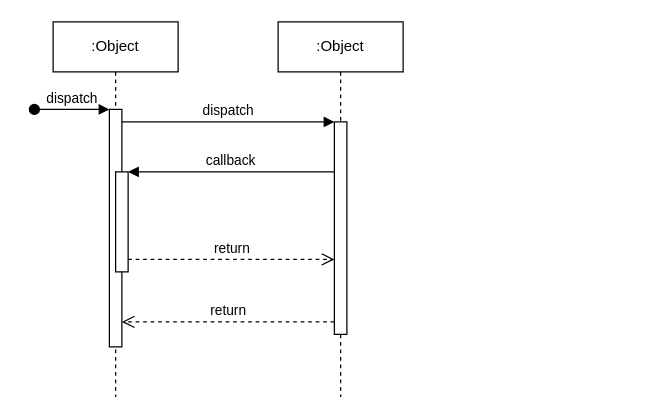
Above: ass2/未命名绘图.drawio in demosRun/INFO6030 (draw.io), before the change. Source tidied: cells renumbered, new cells numbered last; positions are measured from the earlier drawing's top-left corner, leaving out a move shared by most shapes. Both pictures are drawn from the tidied source at 125%, with x=0, y=0 at pixel (34, 21).
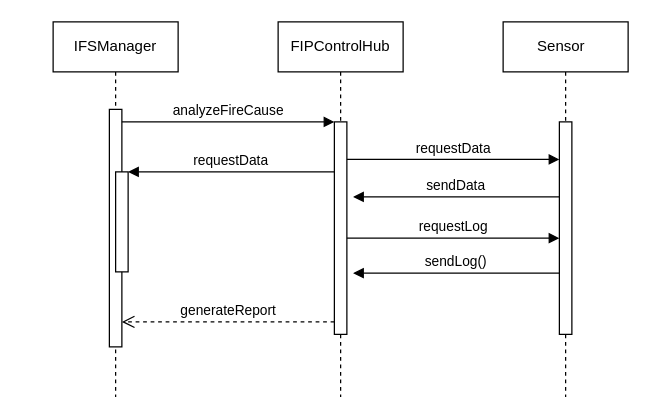
Above is the later version.

The change refers to these unchanged cells:
```xml
<mxCell id="3" style="html=1;points=[];perimeter=orthogonalPerimeter;outlineConnect=0;targetShapes=umlLifeline;portConstraint=eastwest;newEdgeStyle={&quot;edgeStyle&quot;:&quot;elbowEdgeStyle&quot;,&quot;elbow&quot;:&quot;vertical&quot;,&quot;curved&quot;:0,&quot;rounded&quot;:0};" parent="2" vertex="1">
  <mxGeometry x="45" y="70" width="10" height="190" as="geometry" />
</mxCell>
<mxCell id="5" style="html=1;points=[];perimeter=orthogonalPerimeter;outlineConnect=0;targetShapes=umlLifeline;portConstraint=eastwest;newEdgeStyle={&quot;edgeStyle&quot;:&quot;elbowEdgeStyle&quot;,&quot;elbow&quot;:&quot;vertical&quot;,&quot;curved&quot;:0,&quot;rounded&quot;:0};" parent="2" vertex="1">
  <mxGeometry x="50" y="120" width="10" height="80" as="geometry" />
</mxCell>
<mxCell id="7" style="html=1;points=[];perimeter=orthogonalPerimeter;outlineConnect=0;targetShapes=umlLifeline;portConstraint=eastwest;newEdgeStyle={&quot;edgeStyle&quot;:&quot;elbowEdgeStyle&quot;,&quot;elbow&quot;:&quot;vertical&quot;,&quot;curved&quot;:0,&quot;rounded&quot;:0};" parent="6" vertex="1">
  <mxGeometry x="45" y="80" width="10" height="170" as="geometry" />
</mxCell>
```

Diff of the diagram source:
```diff
@@
-    <mxCell id="2" value=":Object" style="shape=umlLifeline;perimeter=lifelinePerimeter;whiteSpace=wrap;html=1;newEdgeStyle={&quot;edgeStyle&quot;:&quot;elbowEdgeStyle&quot;,&quot;elbow&quot;:&quot;vertical&quot;,&quot;curved&quot;:0,&quot;rounded&quot;:0};" parent="1" vertex="1">
+    <mxCell id="2" value="IFSManager" style="shape=umlLifeline;perimeter=lifelinePerimeter;whiteSpace=wrap;html=1;newEdgeStyle={&quot;edgeStyle&quot;:&quot;elbowEdgeStyle&quot;,&quot;elbow&quot;:&quot;vertical&quot;,&quot;curved&quot;:0,&quot;rounded&quot;:0};" parent="1" vertex="1">
       <mxGeometry x="15" width="100" height="300" as="geometry" />
     </mxCell>
@@
-    <mxCell id="4" value="dispatch" style="html=1;verticalAlign=bottom;startArrow=oval;endArrow=block;startSize=8;edgeStyle=elbowEdgeStyle;elbow=vertical;curved=0;rounded=0;" parent="2" edge="1" target="3">
-      <mxGeometry relative="1" as="geometry">
-        <mxPoint x="-15" y="70" as="sourcePoint" />
-      </mxGeometry>
-    </mxCell>
@@
-    <mxCell id="6" value=":Object" style="shape=umlLifeline;perimeter=lifelinePerimeter;whiteSpace=wrap;html=1;newEdgeStyle={&quot;edgeStyle&quot;:&quot;elbowEdgeStyle&quot;,&quot;elbow&quot;:&quot;vertical&quot;,&quot;curved&quot;:0,&quot;rounded&quot;:0};" parent="1" vertex="1">
+    <mxCell id="6" value="FIPControlHub " style="shape=umlLifeline;perimeter=lifelinePerimeter;whiteSpace=wrap;html=1;newEdgeStyle={&quot;edgeStyle&quot;:&quot;elbowEdgeStyle&quot;,&quot;elbow&quot;:&quot;vertical&quot;,&quot;curved&quot;:0,&quot;rounded&quot;:0};" parent="1" vertex="1">
       <mxGeometry x="195" width="100" height="300" as="geometry" />
     </mxCell>
@@
-    <mxCell id="8" value="dispatch" style="html=1;verticalAlign=bottom;endArrow=block;edgeStyle=elbowEdgeStyle;elbow=vertical;curved=0;rounded=0;" parent="1" edge="1" source="3" target="7">
+    <mxCell id="8" value="analyzeFireCause" style="html=1;verticalAlign=bottom;endArrow=block;edgeStyle=elbowEdgeStyle;elbow=vertical;curved=0;rounded=0;" parent="1" edge="1" source="3" target="7">
       <mxGeometry relative="1" as="geometry">
         <Array as="points">
           <mxPoint x="155" y="80" />
         </Array>
       </mxGeometry>
     </mxCell>
-    <mxCell id="9" value="return" style="html=1;verticalAlign=bottom;endArrow=open;dashed=1;endSize=8;edgeStyle=elbowEdgeStyle;elbow=vertical;curved=0;rounded=0;" parent="1" edge="1" source="7" target="3">
+    <mxCell id="9" value="generateReport" style="html=1;verticalAlign=bottom;endArrow=open;dashed=1;endSize=8;edgeStyle=elbowEdgeStyle;elbow=vertical;curved=0;rounded=0;" parent="1" edge="1" source="7" target="3">
       <mxGeometry relative="1" as="geometry">
         <Array as="points">
           <mxPoint x="165" y="240" />
         </Array>
       </mxGeometry>
     </mxCell>
-    <mxCell id="10" value="callback" style="html=1;verticalAlign=bottom;endArrow=block;edgeStyle=elbowEdgeStyle;elbow=vertical;curved=0;rounded=0;" parent="1" edge="1" source="7" target="5">
+    <mxCell id="10" value="requestData" style="html=1;verticalAlign=bottom;endArrow=block;edgeStyle=elbowEdgeStyle;elbow=vertical;curved=0;rounded=0;" parent="1" edge="1" source="7" target="5">
       <mxGeometry relative="1" as="geometry">
         <Array as="points">
           <mxPoint x="165" y="120" />
         </Array>
       </mxGeometry>
     </mxCell>
-    <mxCell id="11" value="return" style="html=1;verticalAlign=bottom;endArrow=open;dashed=1;endSize=8;edgeStyle=elbowEdgeStyle;elbow=vertical;curved=0;rounded=0;" parent="1" edge="1" source="5" target="7">
-      <mxGeometry relative="1" as="geometry">
-        <Array as="points">
-          <mxPoint x="155" y="190" />
-        </Array>
-      </mxGeometry>
-    </mxCell>
+    <mxCell id="12" value="Sensor&amp;nbsp;&amp;nbsp;" style="shape=umlLifeline;perimeter=lifelinePerimeter;whiteSpace=wrap;html=1;newEdgeStyle={&quot;edgeStyle&quot;:&quot;elbowEdgeStyle&quot;,&quot;elbow&quot;:&quot;vertical&quot;,&quot;curved&quot;:0,&quot;rounded&quot;:0};" parent="1" vertex="1">
+      <mxGeometry x="375" width="100" height="300" as="geometry" />
+    </mxCell>
+    <mxCell id="13" style="html=1;perimeter=orthogonalPerimeter;targetShapes=umlLifeline;newEdgeStyle={&quot;edgeStyle&quot;:&quot;elbowEdgeStyle&quot;,&quot;elbow&quot;:&quot;vertical&quot;,&quot;curved&quot;:0,&quot;rounded&quot;:0};" parent="12" vertex="1">
+      <mxGeometry x="45" y="80" width="10" height="170" as="geometry" />
+    </mxCell>
+    <mxCell id="14" value="sendData" style="html=1;verticalAlign=bottom;endArrow=block;edgeStyle=elbowEdgeStyle;elbow=horizontal;curved=0;rounded=0;" parent="1" edge="1">
+      <mxGeometry relative="1" as="geometry">
+        <mxPoint x="420" y="140" as="sourcePoint" />
+        <mxPoint x="255" y="140" as="targetPoint" />
+        <Array as="points">
+          <mxPoint x="345" y="140" />
+        </Array>
+      </mxGeometry>
+    </mxCell>
+    <mxCell id="15" value="requestData" style="html=1;verticalAlign=bottom;endArrow=block;edgeStyle=elbowEdgeStyle;elbow=vertical;curved=0;rounded=0;" parent="1" edge="1">
+      <mxGeometry relative="1" as="geometry">
+        <mxPoint x="250" y="110" as="sourcePoint" />
+        <mxPoint x="420" y="110" as="targetPoint" />
+        <Array as="points">
+          <mxPoint x="335" y="110" />
+        </Array>
+      </mxGeometry>
+    </mxCell>
+    <mxCell id="16" value="requestLog" style="html=1;verticalAlign=bottom;endArrow=block;edgeStyle=elbowEdgeStyle;elbow=vertical;curved=0;rounded=0;" parent="1" edge="1">
+      <mxGeometry relative="1" as="geometry">
+        <mxPoint x="250" y="173" as="sourcePoint" />
+        <mxPoint x="420" y="173" as="targetPoint" />
+        <Array as="points">
+          <mxPoint x="335" y="173" />
+        </Array>
+      </mxGeometry>
+    </mxCell>
+    <mxCell id="17" value="sendLog()" style="html=1;verticalAlign=bottom;endArrow=block;edgeStyle=elbowEdgeStyle;elbow=horizontal;curved=0;rounded=0;" parent="1" edge="1">
+      <mxGeometry relative="1" as="geometry">
+        <mxPoint x="420" y="201" as="sourcePoint" />
+        <mxPoint x="255" y="201" as="targetPoint" />
+        <Array as="points">
+          <mxPoint x="345" y="201" />
+        </Array>
+      </mxGeometry>
+    </mxCell>
```
